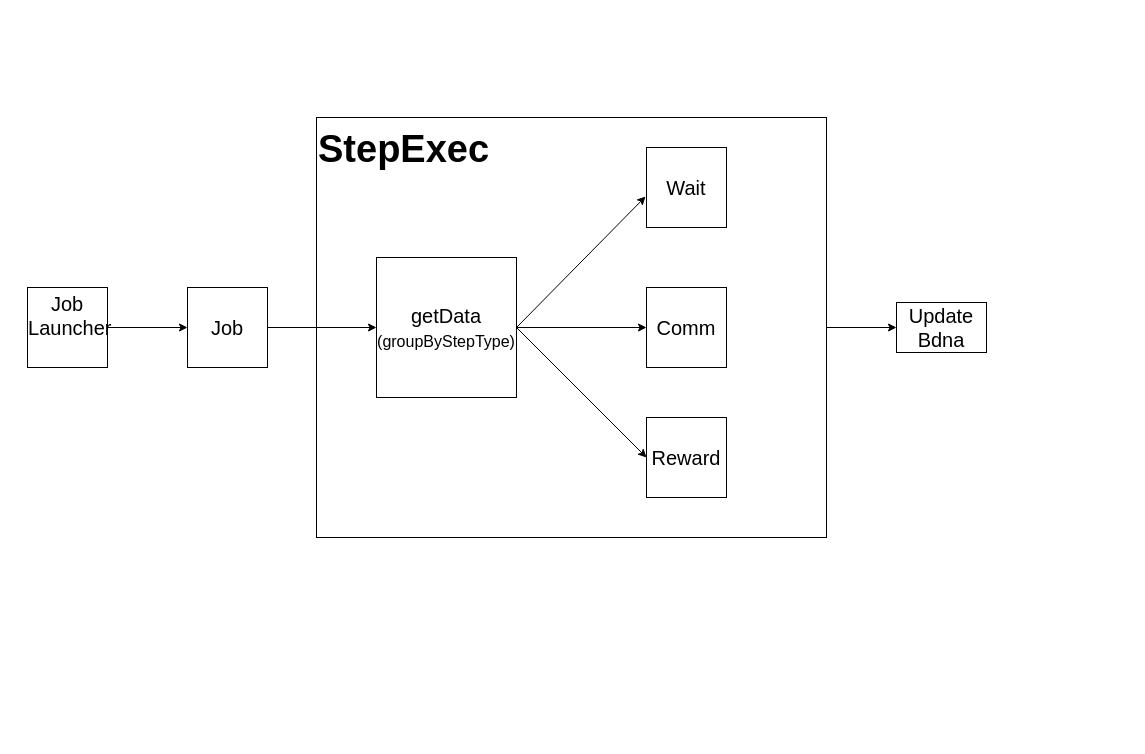
The draw.io diagram BulkActions.drawio in vatsan127/docs, before the edit. Source tidied: cells renumbered, new cells numbered last; positions are measured from the earlier drawing's top-left corner, leaving out a move shared by most shapes. Both pictures are drawn from the tidied source at 100%, with x=0, y=0 at pixel (27, 117).
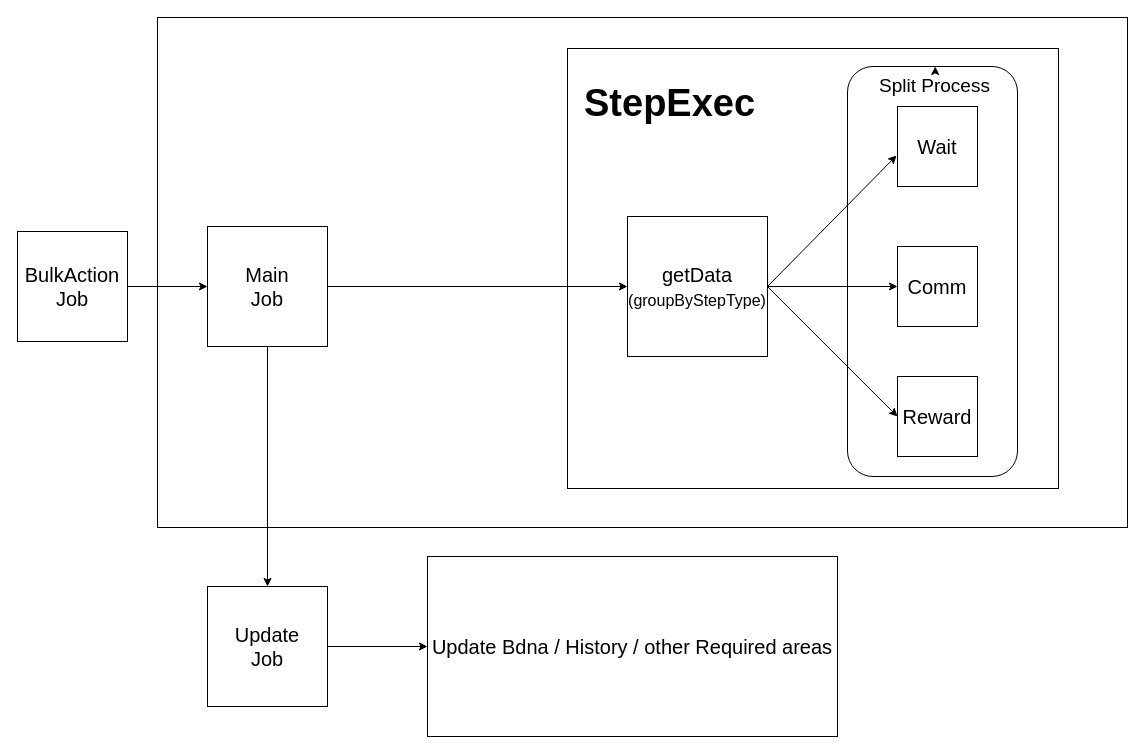
Above is the later version.

Diff of the diagram source:
```diff
@@
-    <mxCell id="2" style="edgeStyle=none;rounded=0;jettySize=auto;html=1;fontSize=20;" parent="1" edge="1" source="3" target="15">
-      <mxGeometry relative="1" as="geometry" />
-    </mxCell>
+    <mxCell id="17" style="rounded=0;whiteSpace=wrap;html=1;" parent="1" vertex="1">
+      <mxGeometry x="130" y="-100" width="970" height="510" as="geometry" />
+    </mxCell>
     <mxCell id="3" style="rounded=0;whiteSpace=wrap;html=1;align=left;fontSize=20;" parent="1" vertex="1">
-      <mxGeometry x="289" width="510" height="420" as="geometry" />
+      <mxGeometry x="540" y="-69" width="491" height="440" as="geometry" />
     </mxCell>
+    <mxCell id="18" style="rounded=1;whiteSpace=wrap;html=1;direction=south;" parent="1" vertex="1">
+      <mxGeometry x="820" y="-51" width="170" height="410" as="geometry" />
+    </mxCell>
@@
+    <mxCell id="19" style="edgeStyle=none;rounded=0;jettySize=auto;html=1;" parent="1" edge="1" source="6" target="21">
+      <mxGeometry relative="1" as="geometry" />
+    </mxCell>
-    <mxCell id="6" value="Job" style="whiteSpace=wrap;html=1;fontSize=20;" parent="1" vertex="1">
-      <mxGeometry x="160" y="170" width="80" height="80" as="geometry" />
+    <mxCell id="6" value="&lt;div&gt;Main&lt;/div&gt;&lt;div&gt;Job&lt;br&gt;&lt;/div&gt;" style="whiteSpace=wrap;html=1;fontSize=20;" parent="1" vertex="1">
+      <mxGeometry x="180" y="109" width="120" height="120" as="geometry" />
     </mxCell>
     <mxCell id="7" value="Wait" style="whiteSpace=wrap;html=1;fontSize=20;" parent="1" vertex="1">
-      <mxGeometry x="619" y="30" width="80" height="80" as="geometry" />
+      <mxGeometry x="870" y="-11" width="80" height="80" as="geometry" />
     </mxCell>
     <mxCell id="8" value="Comm" style="whiteSpace=wrap;html=1;fontSize=20;" parent="1" vertex="1">
-      <mxGeometry x="619" y="170" width="80" height="80" as="geometry" />
+      <mxGeometry x="870" y="129" width="80" height="80" as="geometry" />
     </mxCell>
     <mxCell id="9" value="Reward" style="whiteSpace=wrap;html=1;fontSize=20;" parent="1" vertex="1">
-      <mxGeometry x="619" y="300" width="80" height="80" as="geometry" />
+      <mxGeometry x="870" y="259" width="80" height="80" as="geometry" />
     </mxCell>
-    <mxCell id="10" value="&lt;div style=&quot;font-size: 20px;&quot;&gt;Job&lt;/div&gt;&lt;div style=&quot;font-size: 20px;&quot;&gt;&amp;nbsp;Launcher&lt;/div&gt;&lt;div style=&quot;font-size: 20px;&quot;&gt;&lt;br style=&quot;font-size: 20px;&quot;&gt;&lt;/div&gt;" style="whiteSpace=wrap;html=1;fontSize=20;" parent="1" vertex="1">
-      <mxGeometry y="170" width="80" height="80" as="geometry" />
+    <mxCell id="10" value="&lt;div&gt;BulkAction&lt;/div&gt;&lt;div&gt;Job&lt;br&gt;&lt;/div&gt;" style="whiteSpace=wrap;html=1;fontSize=20;" parent="1" vertex="1">
+      <mxGeometry x="-10" y="114" width="110" height="110" as="geometry" />
     </mxCell>
@@
     <mxCell id="13" value="&lt;div style=&quot;font-size: 20px;&quot;&gt;getData&lt;/div&gt;&lt;div style=&quot;font-size: 20px;&quot;&gt;&lt;font style=&quot;font-size: 16px;&quot;&gt;(groupByStepType)&lt;/font&gt;&lt;/div&gt;" style="whiteSpace=wrap;html=1;fontSize=20;" parent="1" vertex="1">
-      <mxGeometry x="349" y="140" width="140" height="140" as="geometry" />
+      <mxGeometry x="600" y="99" width="140" height="140" as="geometry" />
     </mxCell>
@@
-    <mxCell id="15" value="Update Bdna" style="rounded=0;whiteSpace=wrap;html=1;fontSize=20;" parent="1" vertex="1">
-      <mxGeometry x="869" y="185" width="90" height="50" as="geometry" />
+    <mxCell id="15" value="&lt;div&gt;Update Bdna / History / other Required areas&lt;br&gt;&lt;/div&gt;" style="rounded=0;whiteSpace=wrap;html=1;fontSize=20;" parent="1" vertex="1">
+      <mxGeometry x="400" y="439" width="410" height="180" as="geometry" />
     </mxCell>
     <mxCell id="16" value="&lt;h1 style=&quot;line-height: 0%; padding-top: 0px; padding-left: 0px; font-size: 38px;&quot; align=&quot;left&quot;&gt;&lt;font style=&quot;font-size: 38px;&quot; face=&quot;Helvetica&quot;&gt;StepExec&lt;/font&gt;&lt;/h1&gt;&lt;h1 style=&quot;margin-top: 0px;&quot;&gt;&lt;/h1&gt;" style="text;html=1;whiteSpace=wrap;overflow=hidden;rounded=0;fontSize=20;" parent="1" vertex="1">
-      <mxGeometry x="289" width="180" height="120" as="geometry" />
+      <mxGeometry x="555" y="-46" width="215" height="55" as="geometry" />
     </mxCell>
+    <mxCell id="20" style="edgeStyle=none;rounded=0;jettySize=auto;html=1;" parent="1" edge="1" source="21" target="15">
+      <mxGeometry relative="1" as="geometry" />
+    </mxCell>
+    <mxCell id="21" value="&lt;div&gt;Update&lt;/div&gt;&lt;div&gt;Job&lt;br&gt;&lt;/div&gt;" style="whiteSpace=wrap;html=1;fontSize=20;" parent="1" vertex="1">
+      <mxGeometry x="180" y="469" width="120" height="120" as="geometry" />
+    </mxCell>
+    <mxCell id="22" style="edgeStyle=none;rounded=0;jettySize=auto;html=1;" parent="1" edge="1" source="23" target="18">
+      <mxGeometry relative="1" as="geometry" />
+    </mxCell>
+    <mxCell id="23" value="&lt;div style=&quot;font-size: 13px;&quot;&gt;&lt;font style=&quot;font-size: 19px;&quot;&gt;Split Process&lt;/font&gt;&lt;/div&gt;" style="text;html=1;align=center;verticalAlign=middle;whiteSpace=wrap;rounded=0;" parent="1" vertex="1">
+      <mxGeometry x="835" y="-46" width="145" height="30" as="geometry" />
+    </mxCell>
```
